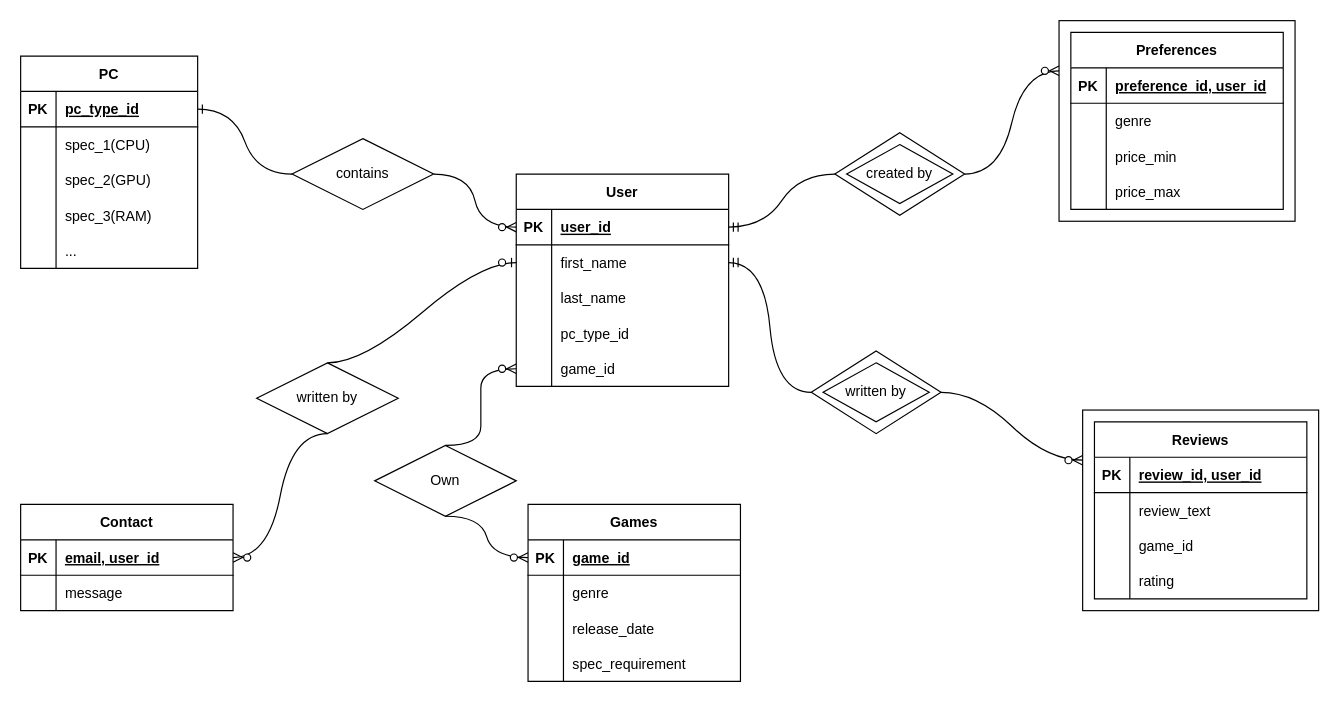
Before: stage2_ER_diagram.drawio in cs411-alawini/sp23-cs411-team057-NYRN, a draw.io diagram. Source tidied: cells renumbered, new cells numbered last; positions are measured from the earlier drawing's top-left corner, leaving out a move shared by most shapes. Both pictures are drawn from the tidied source at 118%, with x=0, y=0 at pixel (20, 20).
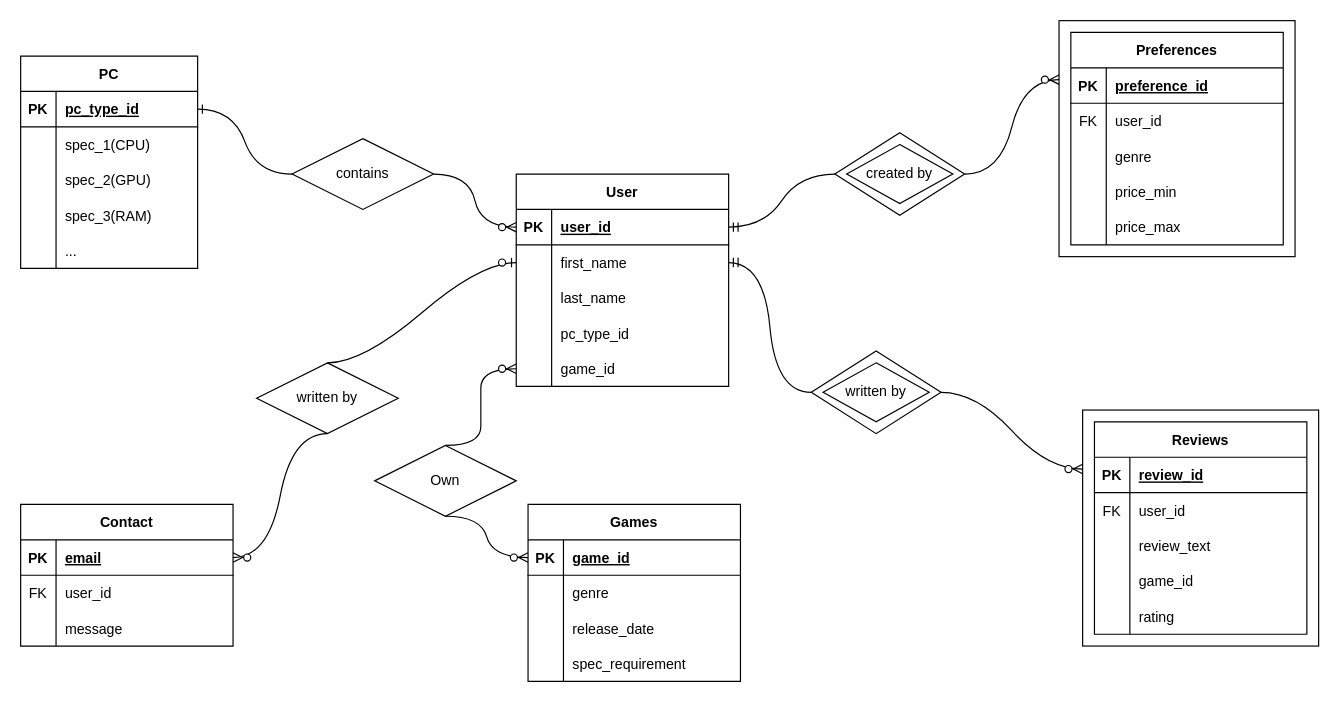
Above is the later version.

Commit message:
make user_id foreign key.drawio

Unchanged cells that the change refers to:
```xml
<mxCell id="48" style="shape=tableRow;horizontal=0;startSize=0;swimlaneHead=0;swimlaneBody=0;fillColor=none;points=[[0,0.5],[1,0.5]];portConstraint=eastwest;top=0;left=0;right=0;bottom=1;" parent="47" vertex="1">
  <mxGeometry y="30" width="180" height="30" as="geometry" />
</mxCell>
<mxCell id="51" style="shape=tableRow;horizontal=0;startSize=0;swimlaneHead=0;swimlaneBody=0;fillColor=none;top=0;left=0;right=0;bottom=0;" parent="47" vertex="1">
  <mxGeometry y="60" width="180" height="30" as="geometry" />
</mxCell>
<mxCell id="55" style="shape=tableRow;horizontal=0;startSize=0;swimlaneHead=0;swimlaneBody=0;fillColor=none;top=0;left=0;right=0;bottom=1;" parent="54" vertex="1">
  <mxGeometry y="30" width="180" height="30" as="geometry" />
</mxCell>
<mxCell id="58" style="shape=tableRow;horizontal=0;startSize=0;swimlaneHead=0;swimlaneBody=0;fillColor=none;top=0;left=0;right=0;bottom=0;" parent="54" vertex="1">
  <mxGeometry y="60" width="180" height="30" as="geometry" />
</mxCell>
<mxCell id="68" style="shape=tableRow;horizontal=0;startSize=0;swimlaneHead=0;swimlaneBody=0;fillColor=none;top=0;left=0;right=0;bottom=1;" parent="67" vertex="1">
  <mxGeometry y="30" width="180" height="30" as="geometry" />
</mxCell>
<mxCell id="71" style="shape=tableRow;horizontal=0;startSize=0;swimlaneHead=0;swimlaneBody=0;fillColor=none;top=0;left=0;right=0;bottom=0;" parent="67" vertex="1">
  <mxGeometry y="60" width="180" height="30" as="geometry" />
</mxCell>
```

Diff of the diagram source:
```diff
@@
+    <mxCell id="88" style="rounded=0;whiteSpace=wrap;html=1;fillColor=none;" parent="1" vertex="1">
+      <mxGeometry x="900" y="330" width="200" height="200" as="geometry" />
+    </mxCell>
+    <mxCell id="80" style="rounded=0;whiteSpace=wrap;html=1;fillColor=none;" parent="1" vertex="1">
+      <mxGeometry x="880" width="200" height="200" as="geometry" />
+    </mxCell>
@@
     <mxCell id="47" value="Contact" style="shape=table;startSize=30;childLayout=tableLayout;rowLines=0;fontStyle=1;align=center;" parent="1" vertex="1">
-      <mxGeometry y="410" width="180" height="90" as="geometry" />
+      <mxGeometry y="410" width="180" height="120" as="geometry" />
     </mxCell>
@@
-    <mxCell id="50" value="email, user_id" style="shape=partialRectangle;fillColor=none;top=0;left=0;bottom=0;right=0;align=left;spacingLeft=6;fontStyle=5;overflow=hidden;" parent="48" vertex="1">
+    <mxCell id="50" value="email" style="shape=partialRectangle;fillColor=none;top=0;left=0;bottom=0;right=0;align=left;spacingLeft=6;fontStyle=5;overflow=hidden;" parent="48" vertex="1">
       <mxGeometry x="30" width="150" height="30" as="geometry" />
     </mxCell>
@@
-    <mxCell id="52" style="shape=partialRectangle;fillColor=none;top=0;left=0;bottom=0;right=0;overflow=hidden;" parent="51" vertex="1">
+    <mxCell id="52" value="FK" style="shape=partialRectangle;fillColor=none;top=0;left=0;bottom=0;right=0;overflow=hidden;" parent="51" vertex="1">
       <mxGeometry width="30" height="30" as="geometry" />
     </mxCell>
-    <mxCell id="53" value="message" style="shape=partialRectangle;fillColor=none;top=0;left=0;bottom=0;right=0;align=left;spacingLeft=6;overflow=hidden;" parent="51" vertex="1">
+    <mxCell id="53" value="user_id" style="shape=partialRectangle;fillColor=none;top=0;left=0;bottom=0;right=0;align=left;spacingLeft=6;overflow=hidden;" parent="51" vertex="1">
       <mxGeometry x="30" width="150" height="30" as="geometry" />
     </mxCell>
+    <mxCell id="99" style="shape=tableRow;horizontal=0;startSize=0;swimlaneHead=0;swimlaneBody=0;fillColor=none;top=0;left=0;right=0;bottom=0;" parent="47" vertex="1">
+      <mxGeometry y="90" width="180" height="30" as="geometry" />
+    </mxCell>
+    <mxCell id="100" style="shape=partialRectangle;fillColor=none;top=0;left=0;bottom=0;right=0;overflow=hidden;" parent="99" vertex="1">
+      <mxGeometry width="30" height="30" as="geometry" />
+    </mxCell>
+    <mxCell id="101" value="message" style="shape=partialRectangle;fillColor=none;top=0;left=0;bottom=0;right=0;align=left;spacingLeft=6;overflow=hidden;" parent="99" vertex="1">
+      <mxGeometry x="30" width="150" height="30" as="geometry" />
+    </mxCell>
     <mxCell id="54" value="Preferences" style="shape=table;startSize=30;childLayout=tableLayout;rowLines=0;fontStyle=1;align=center;" parent="1" vertex="1">
-      <mxGeometry x="890" y="10" width="180" height="150" as="geometry" />
+      <mxGeometry x="890" y="10" width="180" height="180" as="geometry" />
     </mxCell>
@@
-    <mxCell id="57" value="preference_id, user_id" style="shape=partialRectangle;fillColor=none;top=0;left=0;bottom=0;right=0;align=left;spacingLeft=6;fontStyle=5;overflow=hidden;" parent="55" vertex="1">
+    <mxCell id="57" value="preference_id" style="shape=partialRectangle;fillColor=none;top=0;left=0;bottom=0;right=0;align=left;spacingLeft=6;fontStyle=5;overflow=hidden;" parent="55" vertex="1">
       <mxGeometry x="30" width="150" height="30" as="geometry" />
     </mxCell>
@@
-    <mxCell id="59" style="shape=partialRectangle;fillColor=none;top=0;left=0;bottom=0;right=0;overflow=hidden;" parent="58" vertex="1">
+    <mxCell id="59" value="FK" style="shape=partialRectangle;fillColor=none;top=0;left=0;bottom=0;right=0;overflow=hidden;" parent="58" vertex="1">
       <mxGeometry width="30" height="30" as="geometry" />
     </mxCell>
-    <mxCell id="60" value="genre" style="shape=partialRectangle;fillColor=none;top=0;left=0;bottom=0;right=0;align=left;spacingLeft=6;overflow=hidden;" parent="58" vertex="1">
+    <mxCell id="60" value="user_id" style="shape=partialRectangle;fillColor=none;top=0;left=0;bottom=0;right=0;align=left;spacingLeft=6;overflow=hidden;" parent="58" vertex="1">
       <mxGeometry x="30" width="150" height="30" as="geometry" />
     </mxCell>
+    <mxCell id="102" style="shape=tableRow;horizontal=0;startSize=0;swimlaneHead=0;swimlaneBody=0;fillColor=none;top=0;left=0;right=0;bottom=0;" parent="54" vertex="1">
+      <mxGeometry y="90" width="180" height="30" as="geometry" />
+    </mxCell>
+    <mxCell id="103" style="shape=partialRectangle;fillColor=none;top=0;left=0;bottom=0;right=0;overflow=hidden;" parent="102" vertex="1">
+      <mxGeometry width="30" height="30" as="geometry" />
+    </mxCell>
+    <mxCell id="104" value="genre" style="shape=partialRectangle;fillColor=none;top=0;left=0;bottom=0;right=0;align=left;spacingLeft=6;overflow=hidden;" parent="102" vertex="1">
+      <mxGeometry x="30" width="150" height="30" as="geometry" />
+    </mxCell>
     <mxCell id="61" style="shape=tableRow;horizontal=0;startSize=0;swimlaneHead=0;swimlaneBody=0;fillColor=none;top=0;left=0;right=0;bottom=0;" parent="54" vertex="1">
-      <mxGeometry y="90" width="180" height="30" as="geometry" />
+      <mxGeometry y="120" width="180" height="30" as="geometry" />
     </mxCell>
@@
     <mxCell id="64" style="shape=tableRow;horizontal=0;startSize=0;swimlaneHead=0;swimlaneBody=0;fillColor=none;top=0;left=0;right=0;bottom=0;" parent="54" vertex="1">
-      <mxGeometry y="120" width="180" height="30" as="geometry" />
+      <mxGeometry y="150" width="180" height="30" as="geometry" />
     </mxCell>
@@
     <mxCell id="67" value="Reviews" style="shape=table;startSize=30;childLayout=tableLayout;rowLines=0;fontStyle=1;align=center;" parent="1" vertex="1">
-      <mxGeometry x="910" y="340" width="180" height="150" as="geometry" />
+      <mxGeometry x="910" y="340" width="180" height="180" as="geometry" />
     </mxCell>
@@
-    <mxCell id="70" value="review_id, user_id" style="shape=partialRectangle;fillColor=none;top=0;left=0;bottom=0;right=0;align=left;spacingLeft=6;fontStyle=5;overflow=hidden;" parent="68" vertex="1">
+    <mxCell id="70" value="review_id" style="shape=partialRectangle;fillColor=none;top=0;left=0;bottom=0;right=0;align=left;spacingLeft=6;fontStyle=5;overflow=hidden;" parent="68" vertex="1">
       <mxGeometry x="30" width="150" height="30" as="geometry" />
     </mxCell>
@@
-    <mxCell id="72" style="shape=partialRectangle;fillColor=none;top=0;left=0;bottom=0;right=0;overflow=hidden;" parent="71" vertex="1">
+    <mxCell id="72" value="FK" style="shape=partialRectangle;fillColor=none;top=0;left=0;bottom=0;right=0;overflow=hidden;" parent="71" vertex="1">
       <mxGeometry width="30" height="30" as="geometry" />
     </mxCell>
-    <mxCell id="73" value="review_text" style="shape=partialRectangle;fillColor=none;top=0;left=0;bottom=0;right=0;align=left;spacingLeft=6;overflow=hidden;" parent="71" vertex="1">
+    <mxCell id="73" value="user_id" style="shape=partialRectangle;fillColor=none;top=0;left=0;bottom=0;right=0;align=left;spacingLeft=6;overflow=hidden;" parent="71" vertex="1">
       <mxGeometry x="30" width="150" height="30" as="geometry" />
     </mxCell>
+    <mxCell id="105" style="shape=tableRow;horizontal=0;startSize=0;swimlaneHead=0;swimlaneBody=0;fillColor=none;top=0;left=0;right=0;bottom=0;" parent="67" vertex="1">
+      <mxGeometry y="90" width="180" height="30" as="geometry" />
+    </mxCell>
+    <mxCell id="106" style="shape=partialRectangle;fillColor=none;top=0;left=0;bottom=0;right=0;overflow=hidden;" parent="105" vertex="1">
+      <mxGeometry width="30" height="30" as="geometry" />
+    </mxCell>
+    <mxCell id="107" value="review_text" style="shape=partialRectangle;fillColor=none;top=0;left=0;bottom=0;right=0;align=left;spacingLeft=6;overflow=hidden;" parent="105" vertex="1">
+      <mxGeometry x="30" width="150" height="30" as="geometry" />
+    </mxCell>
     <mxCell id="74" style="shape=tableRow;horizontal=0;startSize=0;swimlaneHead=0;swimlaneBody=0;fillColor=none;top=0;left=0;right=0;bottom=0;" parent="67" vertex="1">
-      <mxGeometry y="90" width="180" height="30" as="geometry" />
+      <mxGeometry y="120" width="180" height="30" as="geometry" />
     </mxCell>
@@
     <mxCell id="77" style="shape=tableRow;horizontal=0;startSize=0;swimlaneHead=0;swimlaneBody=0;fillColor=none;top=0;left=0;right=0;bottom=0;" parent="67" vertex="1">
-      <mxGeometry y="120" width="180" height="30" as="geometry" />
+      <mxGeometry y="150" width="180" height="30" as="geometry" />
     </mxCell>
@@
-    <mxCell id="80" style="rounded=0;whiteSpace=wrap;html=1;fillColor=none;" parent="1" vertex="1">
-      <mxGeometry x="880" width="200" height="170" as="geometry" />
-    </mxCell>
@@
-    <mxCell id="88" style="rounded=0;whiteSpace=wrap;html=1;fillColor=none;" parent="1" vertex="1">
-      <mxGeometry x="900" y="330" width="200" height="170" as="geometry" />
-    </mxCell>
```
